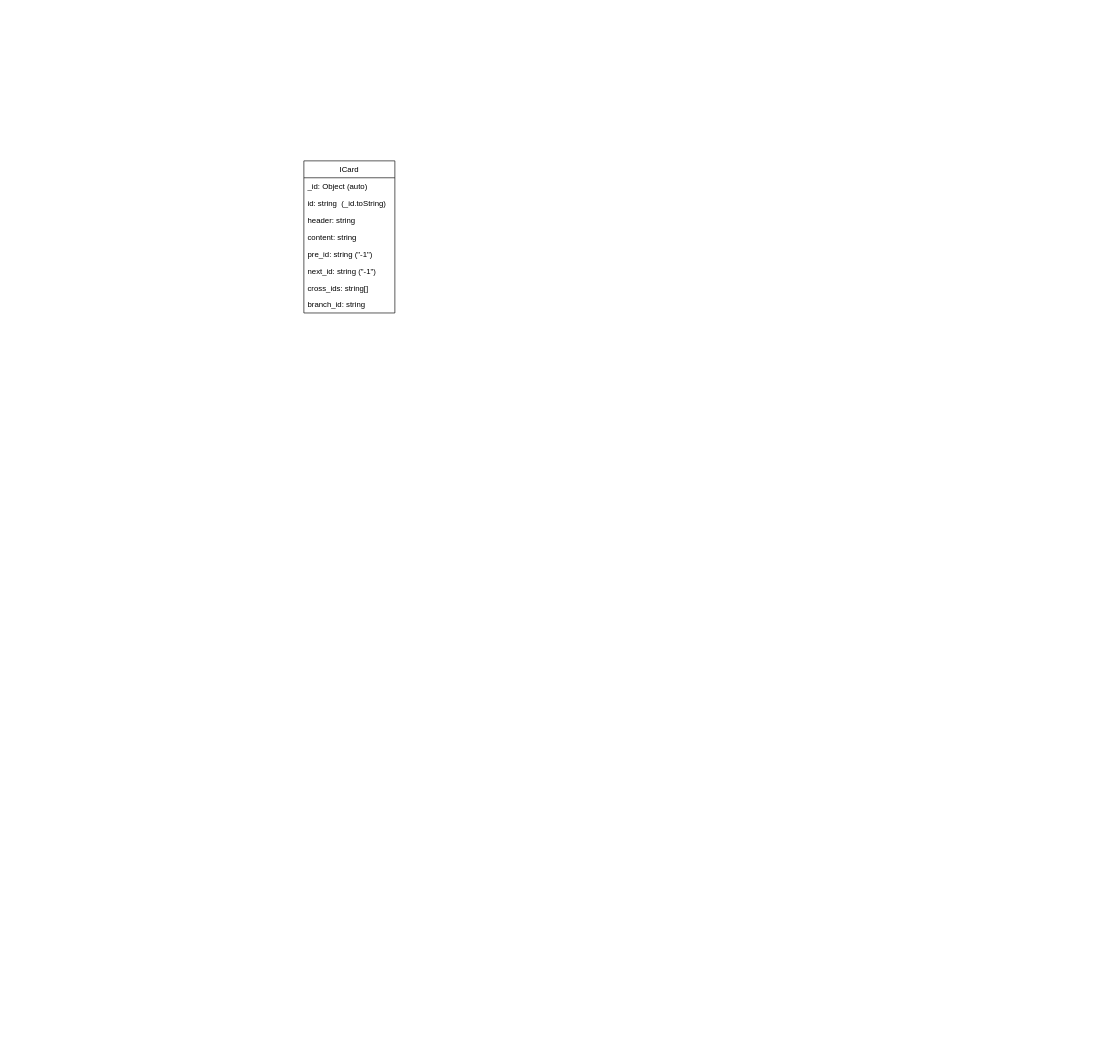
ouyangjunyi/drawio keeps this draw.io diagram as files/new_itree.drawio. Above is the earlier version. Source tidied: cells renumbered, new cells numbered last; positions are measured from the earlier drawing's top-left corner, leaving out a move shared by most shapes. Both pictures are drawn from the tidied source at 65%, with x=0, y=0 at pixel (304, 161).
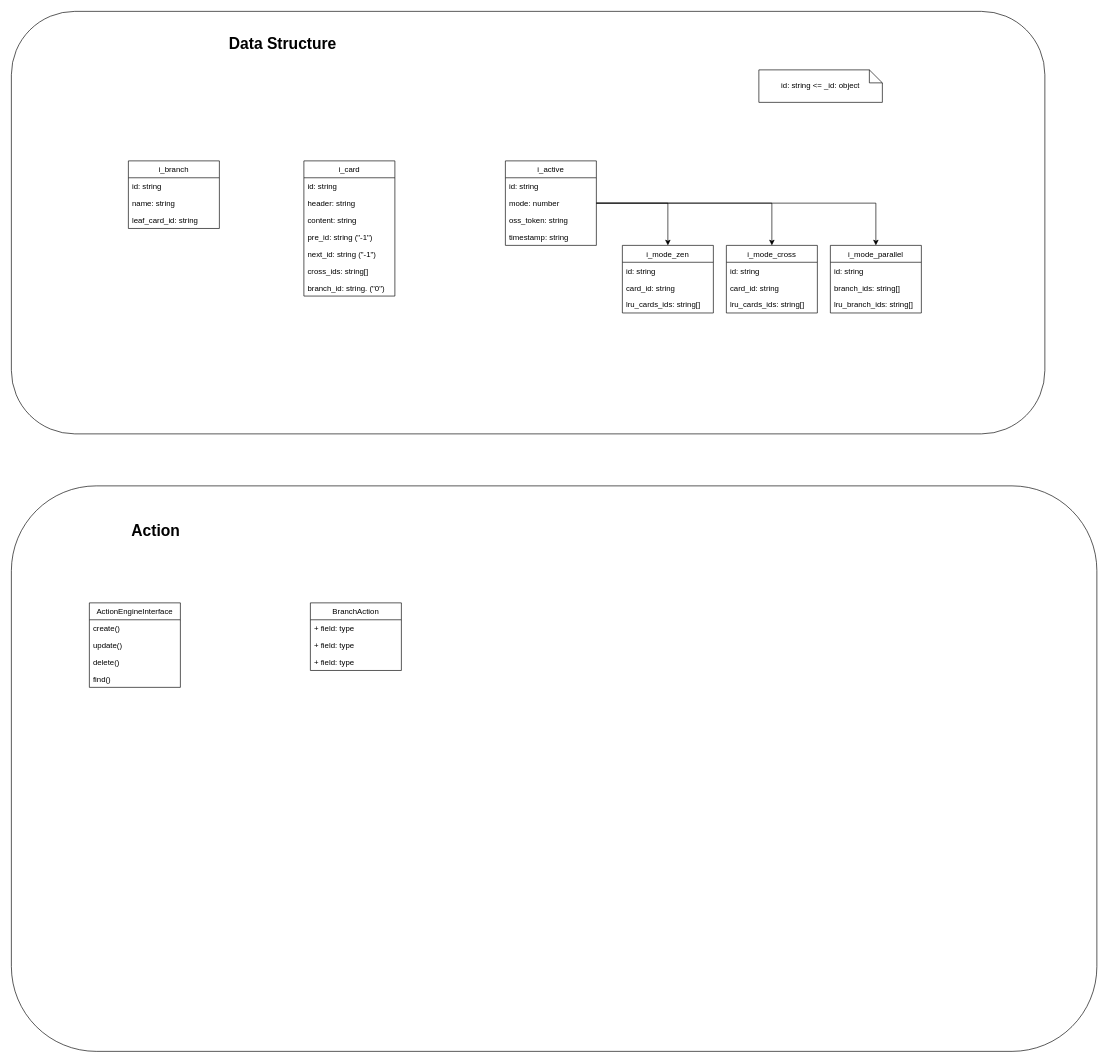
Above is the later version.

Change to the diagram source:
```diff
@@
+    <mxCell id="11" style="rounded=1;whiteSpace=wrap;html=1;" parent="1" vertex="1">
+      <mxGeometry x="-450" y="-230" width="1590" height="650" as="geometry" />
+    </mxCell>
-    <mxCell id="2" value="ICard" style="swimlane;fontStyle=0;horizontal=1;startSize=26;fillColor=none;" parent="1" vertex="1">
-      <mxGeometry width="140" height="234" as="geometry" />
+    <mxCell id="2" value="i_card" style="swimlane;fontStyle=0;horizontal=1;startSize=26;fillColor=none;" parent="1" vertex="1">
+      <mxGeometry width="140" height="208" as="geometry" />
     </mxCell>
-    <mxCell id="3" value="_id: Object (auto)" style="text;strokeColor=none;fillColor=none;align=left;verticalAlign=top;spacingLeft=4;spacingRight=4;overflow=hidden;" parent="2" vertex="1">
-      <mxGeometry y="26" width="140" height="26" as="geometry" />
-    </mxCell>
-    <mxCell id="4" value="id: string  (_id.toString)" style="text;strokeColor=none;fillColor=none;align=left;verticalAlign=top;spacingLeft=4;spacingRight=4;overflow=hidden;" parent="2" vertex="1">
-      <mxGeometry y="52" width="140" height="26" as="geometry" />
+    <mxCell id="4" value="id: string" style="text;strokeColor=none;fillColor=none;align=left;verticalAlign=top;spacingLeft=4;spacingRight=4;overflow=hidden;" parent="2" vertex="1">
+      <mxGeometry y="26" width="140" height="26" as="geometry" />
     </mxCell>
     <mxCell id="5" value="header: string" style="text;strokeColor=none;fillColor=none;align=left;verticalAlign=top;spacingLeft=4;spacingRight=4;overflow=hidden;" parent="2" vertex="1">
-      <mxGeometry y="78" width="140" height="26" as="geometry" />
+      <mxGeometry y="52" width="140" height="26" as="geometry" />
     </mxCell>
     <mxCell id="6" value="content: string" style="text;strokeColor=none;fillColor=none;align=left;verticalAlign=top;spacingLeft=4;spacingRight=4;overflow=hidden;" parent="2" vertex="1">
-      <mxGeometry y="104" width="140" height="26" as="geometry" />
+      <mxGeometry y="78" width="140" height="26" as="geometry" />
     </mxCell>
     <mxCell id="7" value="pre_id: string (&quot;-1&quot;)" style="text;strokeColor=none;fillColor=none;align=left;verticalAlign=top;spacingLeft=4;spacingRight=4;overflow=hidden;" parent="2" vertex="1">
-      <mxGeometry y="130" width="140" height="26" as="geometry" />
+      <mxGeometry y="104" width="140" height="26" as="geometry" />
     </mxCell>
     <mxCell id="8" value="next_id: string (&quot;-1&quot;)" style="text;strokeColor=none;fillColor=none;align=left;verticalAlign=top;spacingLeft=4;spacingRight=4;overflow=hidden;" parent="2" vertex="1">
-      <mxGeometry y="156" width="140" height="26" as="geometry" />
+      <mxGeometry y="130" width="140" height="26" as="geometry" />
     </mxCell>
     <mxCell id="9" value="cross_ids: string[]" style="text;strokeColor=none;fillColor=none;align=left;verticalAlign=top;spacingLeft=4;spacingRight=4;overflow=hidden;" parent="2" vertex="1">
-      <mxGeometry y="182" width="140" height="26" as="geometry" />
+      <mxGeometry y="156" width="140" height="26" as="geometry" />
     </mxCell>
-    <mxCell id="10" value="branch_id: string" style="text;strokeColor=none;fillColor=none;align=left;verticalAlign=top;spacingLeft=4;spacingRight=4;overflow=hidden;" parent="2" vertex="1">
-      <mxGeometry y="208" width="140" height="26" as="geometry" />
+    <mxCell id="10" value="branch_id: string. (&quot;0&quot;)" style="text;strokeColor=none;fillColor=none;align=left;verticalAlign=top;spacingLeft=4;spacingRight=4;overflow=hidden;" parent="2" vertex="1">
+      <mxGeometry y="182" width="140" height="26" as="geometry" />
     </mxCell>
+    <mxCell id="12" value="i_branch" style="swimlane;fontStyle=0;horizontal=1;startSize=26;fillColor=none;" parent="1" vertex="1">
+      <mxGeometry x="-270" width="140" height="104" as="geometry" />
+    </mxCell>
+    <mxCell id="13" value="id: string" style="text;strokeColor=none;fillColor=none;align=left;verticalAlign=top;spacingLeft=4;spacingRight=4;overflow=hidden;" parent="12" vertex="1">
+      <mxGeometry y="26" width="140" height="26" as="geometry" />
+    </mxCell>
+    <mxCell id="14" value="name: string" style="text;strokeColor=none;fillColor=none;align=left;verticalAlign=top;spacingLeft=4;spacingRight=4;overflow=hidden;" parent="12" vertex="1">
+      <mxGeometry y="52" width="140" height="26" as="geometry" />
+    </mxCell>
+    <mxCell id="15" value="leaf_card_id: string" style="text;strokeColor=none;fillColor=none;align=left;verticalAlign=top;spacingLeft=4;spacingRight=4;overflow=hidden;" parent="12" vertex="1">
+      <mxGeometry y="78" width="140" height="26" as="geometry" />
+    </mxCell>
+    <mxCell id="16" value="i_active" style="swimlane;fontStyle=0;horizontal=1;startSize=26;fillColor=none;" parent="1" vertex="1">
+      <mxGeometry x="310" width="140" height="130" as="geometry" />
+    </mxCell>
+    <mxCell id="17" value="id: string" style="text;strokeColor=none;fillColor=none;align=left;verticalAlign=top;spacingLeft=4;spacingRight=4;overflow=hidden;" parent="16" vertex="1">
+      <mxGeometry y="26" width="140" height="26" as="geometry" />
+    </mxCell>
+    <mxCell id="18" value="mode: number" style="text;strokeColor=none;fillColor=none;align=left;verticalAlign=top;spacingLeft=4;spacingRight=4;overflow=hidden;points=[[0,0.5],[1,0.5]];portConstraint=eastwest;" parent="16" vertex="1">
+      <mxGeometry y="52" width="140" height="26" as="geometry" />
+    </mxCell>
+    <mxCell id="19" value="oss_token: string" style="text;strokeColor=none;fillColor=none;align=left;verticalAlign=top;spacingLeft=4;spacingRight=4;overflow=hidden;" parent="16" vertex="1">
+      <mxGeometry y="78" width="140" height="26" as="geometry" />
+    </mxCell>
+    <mxCell id="20" value="timestamp: string" style="text;strokeColor=none;fillColor=none;align=left;verticalAlign=top;spacingLeft=4;spacingRight=4;overflow=hidden;" parent="16" vertex="1">
+      <mxGeometry y="104" width="140" height="26" as="geometry" />
+    </mxCell>
+    <mxCell id="21" value="i_mode_zen" style="swimlane;fontStyle=0;horizontal=1;startSize=26;fillColor=none;" parent="1" vertex="1">
+      <mxGeometry x="490" y="130" width="140" height="104" as="geometry" />
+    </mxCell>
+    <mxCell id="22" value="id: string" style="text;strokeColor=none;fillColor=none;align=left;verticalAlign=top;spacingLeft=4;spacingRight=4;overflow=hidden;" parent="21" vertex="1">
+      <mxGeometry y="26" width="140" height="26" as="geometry" />
+    </mxCell>
+    <mxCell id="23" value="card_id: string" style="text;strokeColor=none;fillColor=none;align=left;verticalAlign=top;spacingLeft=4;spacingRight=4;overflow=hidden;" parent="21" vertex="1">
+      <mxGeometry y="52" width="140" height="26" as="geometry" />
+    </mxCell>
+    <mxCell id="24" value="lru_cards_ids: string[]" style="text;strokeColor=none;fillColor=none;align=left;verticalAlign=top;spacingLeft=4;spacingRight=4;overflow=hidden;" parent="21" vertex="1">
+      <mxGeometry y="78" width="140" height="26" as="geometry" />
+    </mxCell>
+    <mxCell id="25" value="i_mode_cross" style="swimlane;fontStyle=0;horizontal=1;startSize=26;fillColor=none;" parent="1" vertex="1">
+      <mxGeometry x="650" y="130" width="140" height="104" as="geometry" />
+    </mxCell>
+    <mxCell id="26" value="id: string" style="text;strokeColor=none;fillColor=none;align=left;verticalAlign=top;spacingLeft=4;spacingRight=4;overflow=hidden;" parent="25" vertex="1">
+      <mxGeometry y="26" width="140" height="26" as="geometry" />
+    </mxCell>
+    <mxCell id="27" value="card_id: string" style="text;strokeColor=none;fillColor=none;align=left;verticalAlign=top;spacingLeft=4;spacingRight=4;overflow=hidden;" parent="25" vertex="1">
+      <mxGeometry y="52" width="140" height="26" as="geometry" />
+    </mxCell>
+    <mxCell id="28" value="lru_cards_ids: string[]" style="text;strokeColor=none;fillColor=none;align=left;verticalAlign=top;spacingLeft=4;spacingRight=4;overflow=hidden;" parent="25" vertex="1">
+      <mxGeometry y="78" width="140" height="26" as="geometry" />
+    </mxCell>
+    <mxCell id="29" value="i_mode_parallel" style="swimlane;fontStyle=0;horizontal=1;startSize=26;fillColor=none;" parent="1" vertex="1">
+      <mxGeometry x="810" y="130" width="140" height="104" as="geometry" />
+    </mxCell>
+    <mxCell id="30" value="id: string" style="text;strokeColor=none;fillColor=none;align=left;verticalAlign=top;spacingLeft=4;spacingRight=4;overflow=hidden;" parent="29" vertex="1">
+      <mxGeometry y="26" width="140" height="26" as="geometry" />
+    </mxCell>
+    <mxCell id="31" value="branch_ids: string[]" style="text;strokeColor=none;fillColor=none;align=left;verticalAlign=top;spacingLeft=4;spacingRight=4;overflow=hidden;" parent="29" vertex="1">
+      <mxGeometry y="52" width="140" height="26" as="geometry" />
+    </mxCell>
+    <mxCell id="32" value="lru_branch_ids: string[]" style="text;strokeColor=none;fillColor=none;align=left;verticalAlign=top;spacingLeft=4;spacingRight=4;overflow=hidden;" parent="29" vertex="1">
+      <mxGeometry y="78" width="140" height="26" as="geometry" />
+    </mxCell>
+    <mxCell id="33" value="id: string &amp;lt;= _id: object" style="shape=note;size=20;whiteSpace=wrap;html=1;" parent="1" vertex="1">
+      <mxGeometry x="700" y="-140" width="190" height="50" as="geometry" />
+    </mxCell>
+    <mxCell id="34" style="edgeStyle=orthogonalEdgeStyle;rounded=0;jettySize=auto;html=1;" parent="1" edge="1" source="18" target="25">
+      <mxGeometry relative="1" as="geometry" />
+    </mxCell>
+    <mxCell id="35" style="edgeStyle=orthogonalEdgeStyle;rounded=0;jettySize=auto;html=1;" parent="1" edge="1" source="18" target="21">
+      <mxGeometry relative="1" as="geometry" />
+    </mxCell>
+    <mxCell id="36" style="edgeStyle=orthogonalEdgeStyle;rounded=0;jettySize=auto;html=1;" parent="1" edge="1" source="18" target="29">
+      <mxGeometry relative="1" as="geometry" />
+    </mxCell>
+    <mxCell id="37" value="&lt;h1&gt;Data Structure&lt;/h1&gt;&lt;div&gt;&lt;br&gt;&lt;/div&gt;" style="text;html=1;strokeColor=none;fillColor=none;spacing=5;spacingTop=-20;whiteSpace=wrap;overflow=hidden;rounded=0;" parent="1" vertex="1">
+      <mxGeometry x="-120" y="-200" width="190" height="120" as="geometry" />
+    </mxCell>
+    <mxCell id="38" style="rounded=1;whiteSpace=wrap;html=1;" parent="1" vertex="1">
+      <mxGeometry x="-450" y="500" width="1670" height="870" as="geometry" />
+    </mxCell>
+    <mxCell id="39" value="&lt;h1&gt;Action&lt;/h1&gt;" style="text;html=1;strokeColor=none;fillColor=none;spacing=5;spacingTop=-20;whiteSpace=wrap;overflow=hidden;rounded=0;" parent="1" vertex="1">
+      <mxGeometry x="-270" y="550" width="190" height="120" as="geometry" />
+    </mxCell>
+    <mxCell id="40" value="ActionEngineInterface" style="swimlane;fontStyle=0;horizontal=1;startSize=26;fillColor=none;" parent="1" vertex="1">
+      <mxGeometry x="-330" y="680" width="140" height="130" as="geometry" />
+    </mxCell>
+    <mxCell id="41" value="create()" style="text;strokeColor=none;fillColor=none;align=left;verticalAlign=top;spacingLeft=4;spacingRight=4;overflow=hidden;" parent="40" vertex="1">
+      <mxGeometry y="26" width="140" height="26" as="geometry" />
+    </mxCell>
+    <mxCell id="42" value="update()" style="text;strokeColor=none;fillColor=none;align=left;verticalAlign=top;spacingLeft=4;spacingRight=4;overflow=hidden;" parent="40" vertex="1">
+      <mxGeometry y="52" width="140" height="26" as="geometry" />
+    </mxCell>
+    <mxCell id="43" value="delete()" style="text;strokeColor=none;fillColor=none;align=left;verticalAlign=top;spacingLeft=4;spacingRight=4;overflow=hidden;" parent="40" vertex="1">
+      <mxGeometry y="78" width="140" height="26" as="geometry" />
+    </mxCell>
+    <mxCell id="44" value="find()" style="text;strokeColor=none;fillColor=none;align=left;verticalAlign=top;spacingLeft=4;spacingRight=4;overflow=hidden;" parent="40" vertex="1">
+      <mxGeometry y="104" width="140" height="26" as="geometry" />
+    </mxCell>
+    <mxCell id="45" value="BranchAction" style="swimlane;fontStyle=0;horizontal=1;startSize=26;fillColor=none;" parent="1" vertex="1">
+      <mxGeometry x="10" y="680" width="140" height="104" as="geometry" />
+    </mxCell>
+    <mxCell id="46" value="+ field: type" style="text;strokeColor=none;fillColor=none;align=left;verticalAlign=top;spacingLeft=4;spacingRight=4;overflow=hidden;" parent="45" vertex="1">
+      <mxGeometry y="26" width="140" height="26" as="geometry" />
+    </mxCell>
+    <mxCell id="47" value="+ field: type" style="text;strokeColor=none;fillColor=none;align=left;verticalAlign=top;spacingLeft=4;spacingRight=4;overflow=hidden;" parent="45" vertex="1">
+      <mxGeometry y="52" width="140" height="26" as="geometry" />
+    </mxCell>
+    <mxCell id="48" value="+ field: type" style="text;strokeColor=none;fillColor=none;align=left;verticalAlign=top;spacingLeft=4;spacingRight=4;overflow=hidden;" parent="45" vertex="1">
+      <mxGeometry y="78" width="140" height="26" as="geometry" />
+    </mxCell>
```
